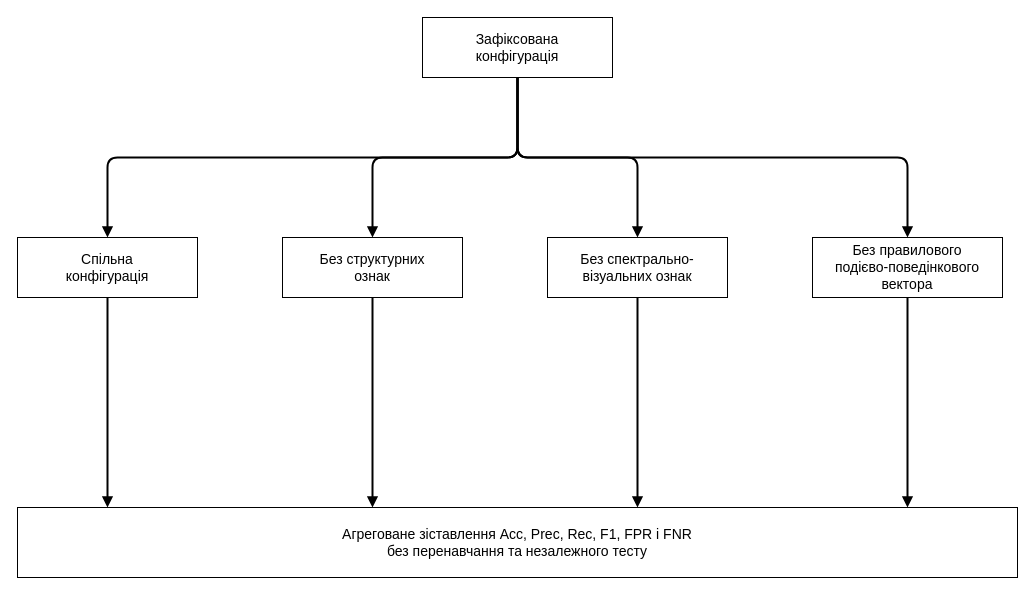
Above: title/figures_drawio/fig_4_4_ablation_design.drawio in oleksandrmelnychenko/dima-phd (draw.io), before the change. Source tidied: cells renumbered, new cells numbered last; positions are measured from the earlier drawing's top-left corner, leaving out a move shared by most shapes. Both pictures are drawn from the tidied source at 100%, with x=0, y=0 at pixel (17, 17).
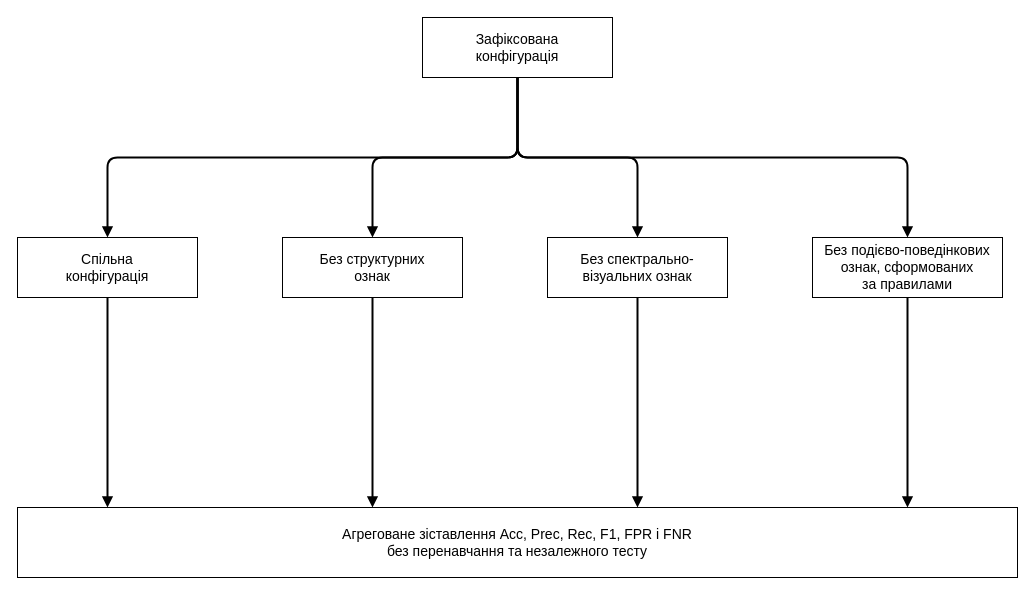
Above is the later version.

The edit, as a diff of the source:
```diff
@@
-    <mxCell id="6" value="Без правилового&lt;br&gt;подієво-поведінкового&lt;br&gt;вектора" style="rounded=0;whiteSpace=wrap;html=1;fillColor=#ffffff;strokeColor=#000000;fontColor=#000000;fontSize=14;align=center;verticalAlign=middle;" parent="1" vertex="1">
+    <mxCell id="6" value="Без подієво-поведінкових&lt;br&gt;ознак, сформованих&lt;br&gt;за правилами" style="rounded=0;whiteSpace=wrap;html=1;fillColor=#ffffff;strokeColor=#000000;fontColor=#000000;fontSize=14;align=center;verticalAlign=middle;" parent="1" vertex="1">
       <mxGeometry x="795" y="220" width="190" height="60" as="geometry" />
     </mxCell>
```
